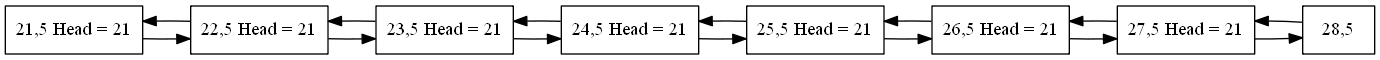
Earlier version of the Graphviz export SnakeReport.png (olgt/EDD_1S2019_P1_201612341). Its source is kept beside it as SnakeReport.dot.
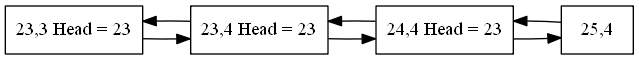
Later version of the same file.

Change to the diagram source:
```diff
@@ -1,26 +1,14 @@
 digraph firstGraph{
 node [shape = record];
 rankdir=LR;
-node0 [label=" 21,5 Head = 21 "];
+node0 [label=" 23,3 Head = 23 "];
 node0 -> node1;
 node1 -> node0;
-node1 [label=" 22,5 Head = 21 "];
+node1 [label=" 23,4 Head = 23 "];
 node1 -> node2;
 node2 -> node1;
-node2 [label=" 23,5 Head = 21 "];
+node2 [label=" 24,4 Head = 23 "];
 node2 -> node3;
 node3 -> node2;
-node3 [label=" 24,5 Head = 21 "];
-node3 -> node4;
-node4 -> node3;
-node4 [label=" 25,5 Head = 21 "];
-node4 -> node5;
-node5 -> node4;
-node5 [label=" 26,5 Head = 21 "];
-node5 -> node6;
-node6 -> node5;
-node6 [label=" 27,5 Head = 21 "];
-node6 -> node7;
-node7 -> node6;
-node7 [label=" 28,5 "];
+node3 [label=" 25,4 "];
 }
```
